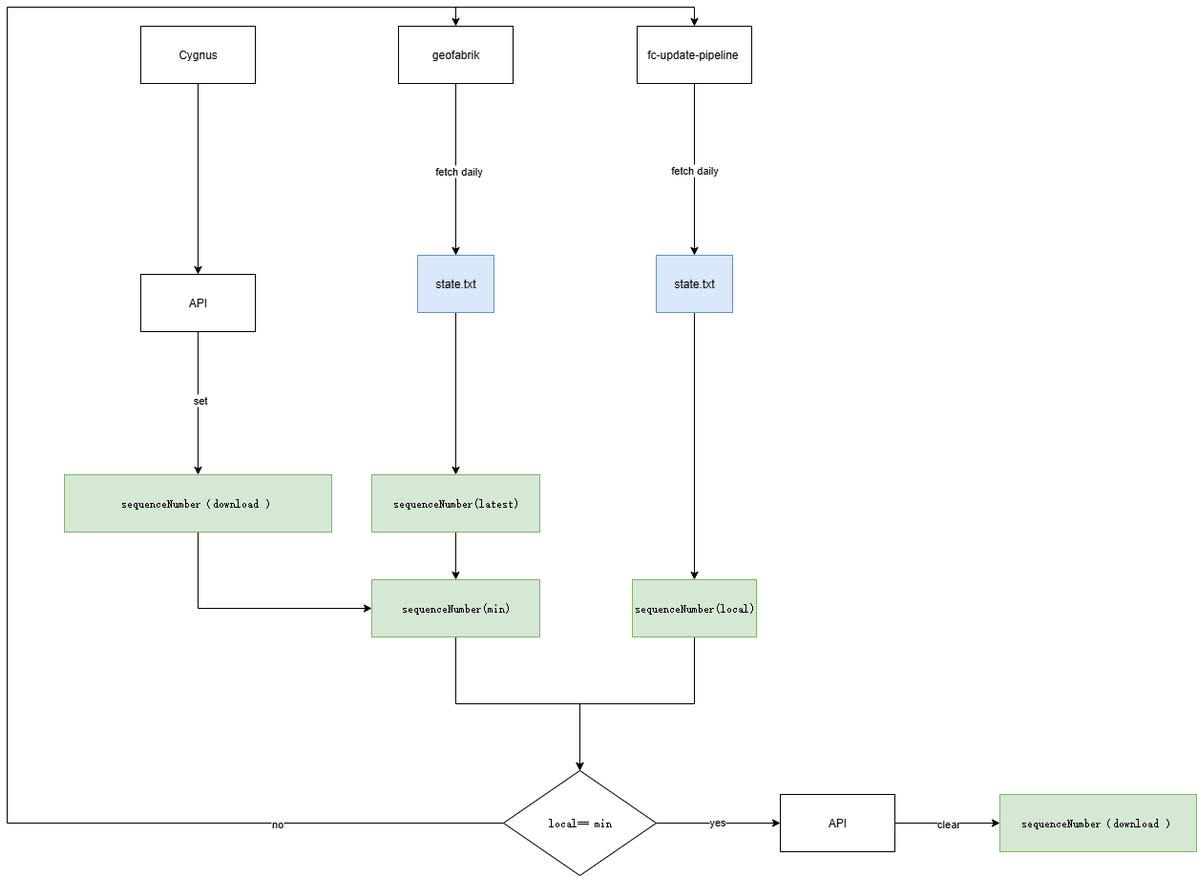
The draw.io diagram fc update.drawio.png in 472542625/drawio, before a commit. Source tidied: cells renumbered, new cells last; positions are measured from the earlier drawing's top-left corner, leaving out a move shared by most shapes.
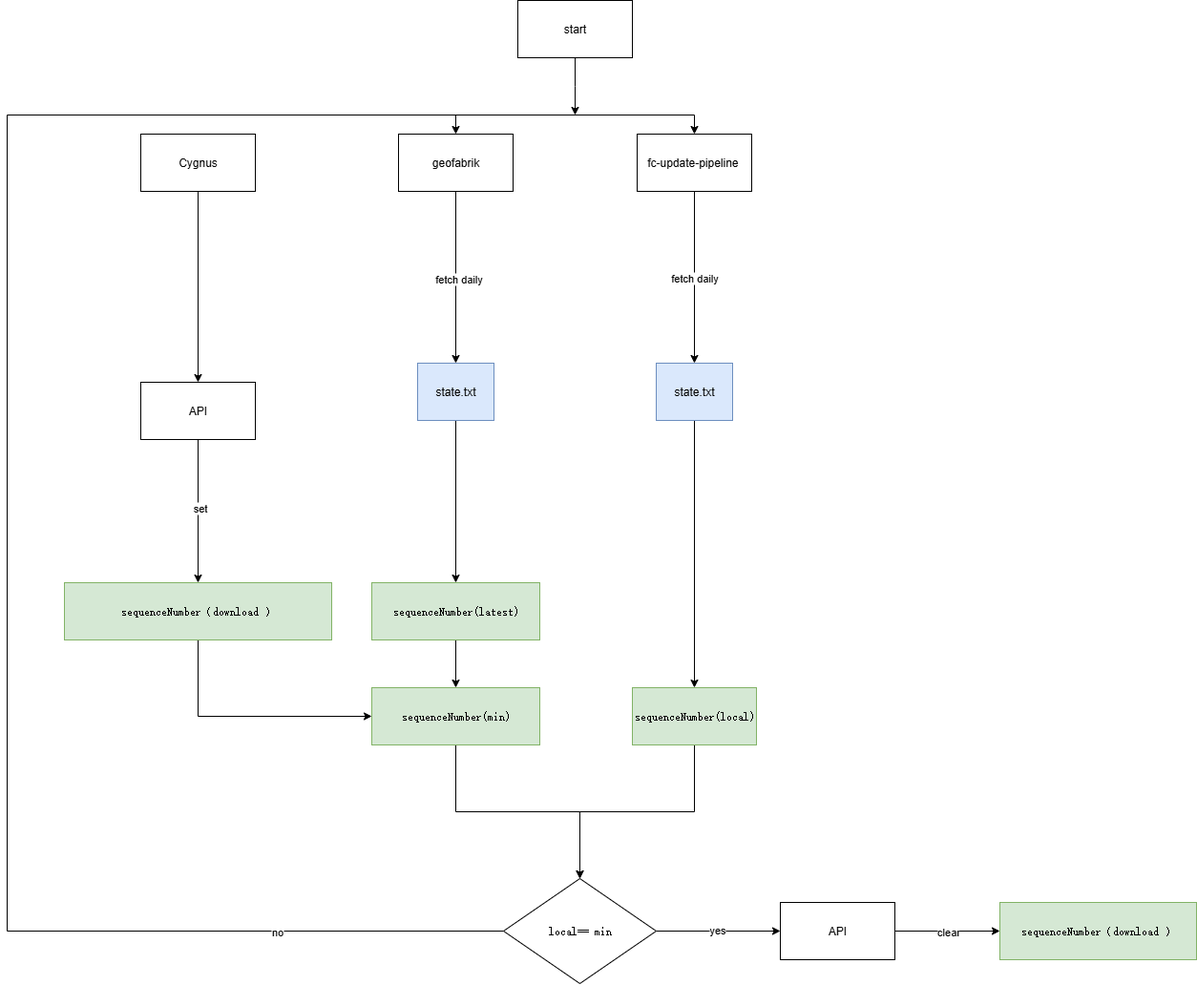
The same diagram one commit later.

Diff of the diagram source:
```diff
@@ -117,5 +117,13 @@
         <mxPoint x="470" as="sourcePoint" />
       </mxGeometry>
     </mxCell>
+    <mxCell id="35" style="edgeStyle=orthogonalEdgeStyle;rounded=0;jettySize=auto;html=1;" parent="1" edge="1" source="36">
+      <mxGeometry relative="1" as="geometry">
+        <mxPoint x="595" as="targetPoint" />
+      </mxGeometry>
+    </mxCell>
+    <mxCell id="36" value="start" style="rounded=0;whiteSpace=wrap;html=1;" parent="1" vertex="1">
+      <mxGeometry x="535" y="-120" width="120" height="60" as="geometry" />
+    </mxCell>
   </root>
 </mxGraphModel>
```
